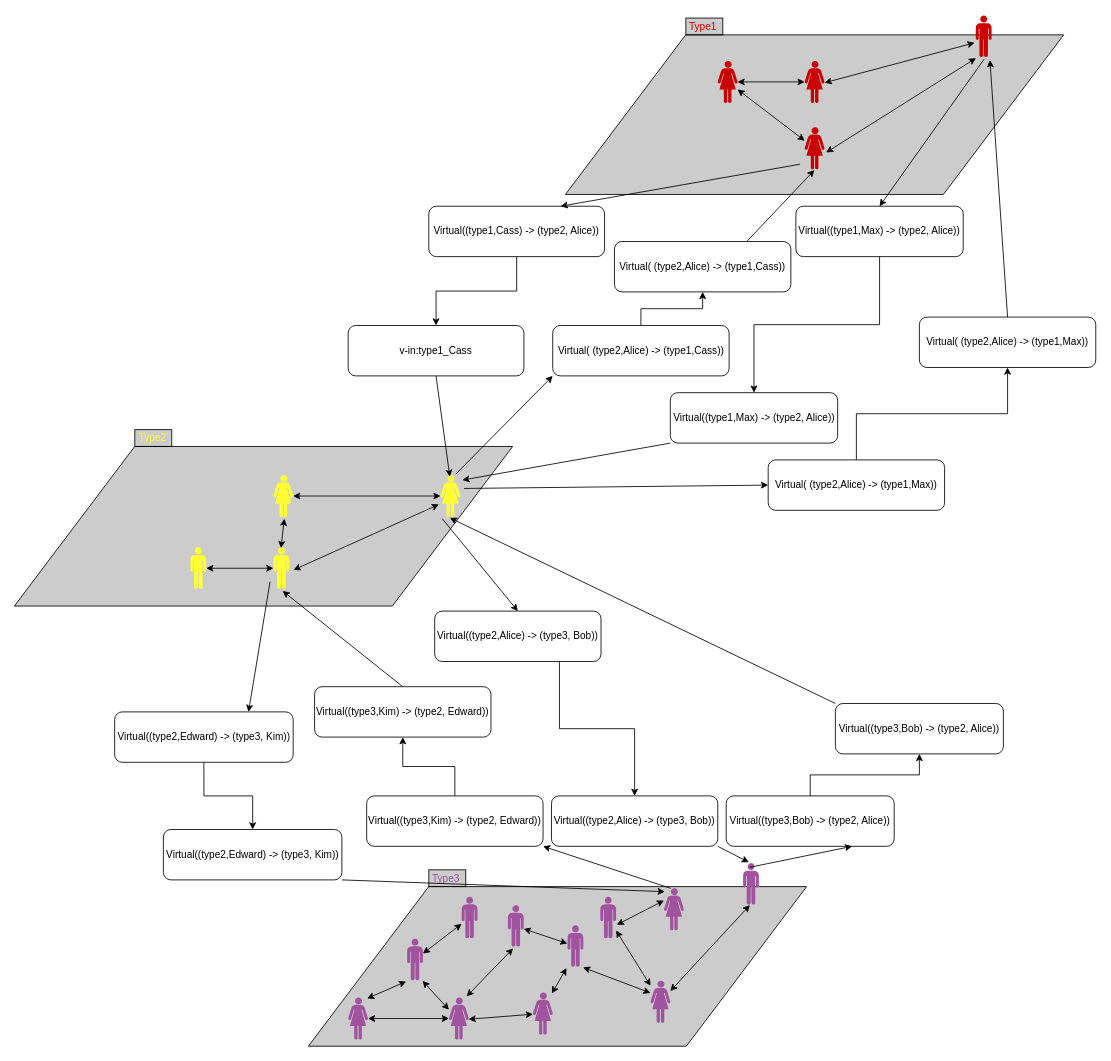
Above: docs/images/temporalInteractions.drawio in josura/c2c-sepia (draw.io), before the change. Source tidied: cells renumbered, new cells numbered last; positions are measured from the earlier drawing's top-left corner, leaving out a move shared by most shapes. Both pictures are drawn from the tidied source at 84%, with x=0, y=0 at pixel (14, 14).
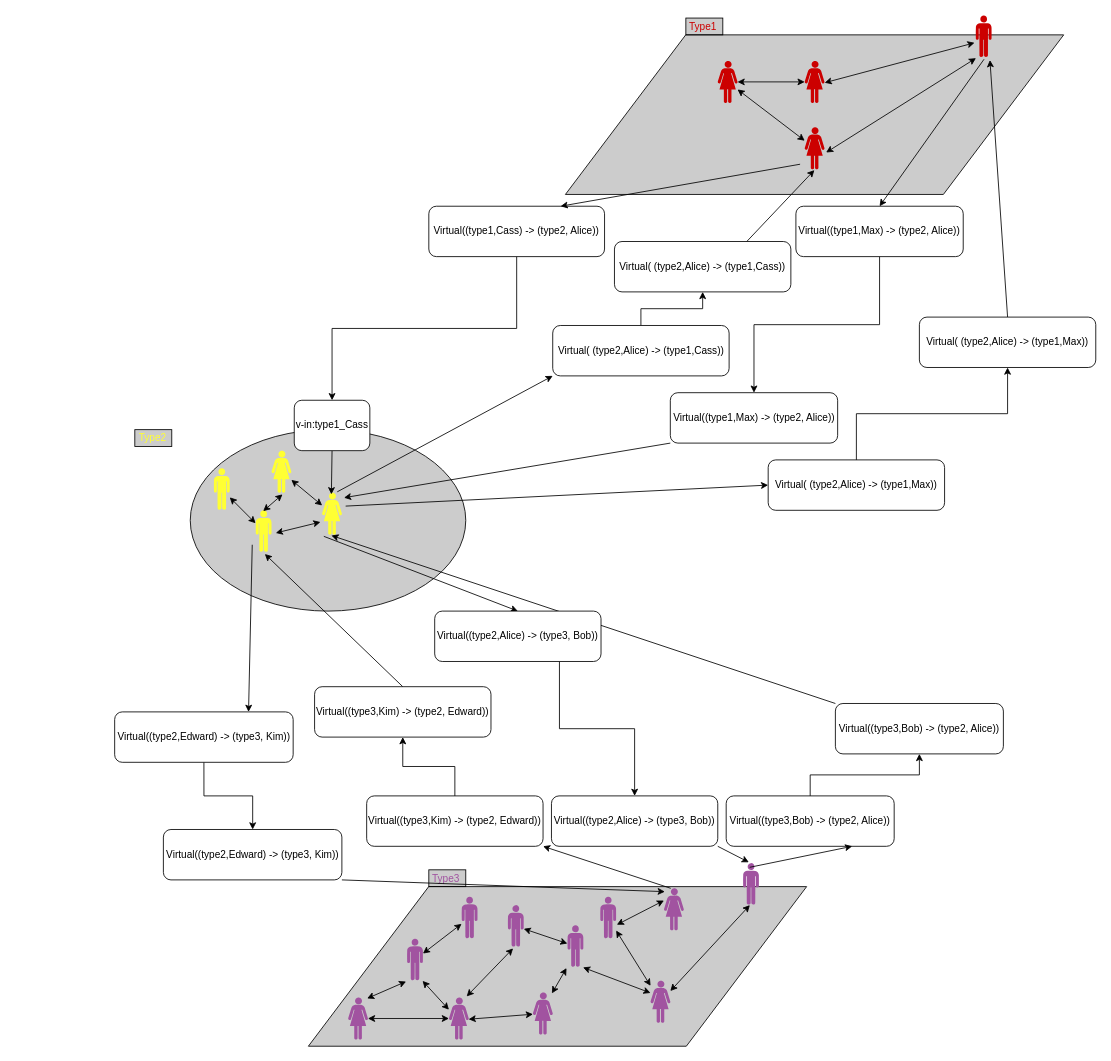
After the change.

The edit, as a diff of the source:
```diff
@@
+    <mxCell id="90" style="ellipse;whiteSpace=wrap;html=1;fillColor=#000000;fillOpacity=20;" parent="1" vertex="1">
+      <mxGeometry x="209" y="494" width="328" height="216" as="geometry" />
+    </mxCell>
@@
-    <mxCell id="4" style="shape=parallelogram;perimeter=parallelogramPerimeter;whiteSpace=wrap;html=1;fixedSize=1;size=143.25;fillColor=#000000;fillOpacity=20;" parent="1" vertex="1">
-      <mxGeometry x="-0.4" y="514" width="593.2" height="190" as="geometry" />
-    </mxCell>
@@
     <mxCell id="13" style="verticalLabelPosition=bottom;sketch=0;html=1;fillColor=#FFFF33;verticalAlign=top;align=center;shape=mxgraph.cisco_safe.design.actor_1;" parent="1" vertex="1">
-      <mxGeometry x="507" y="548" width="23.5" height="50" as="geometry" />
+      <mxGeometry x="366" y="569" width="23.5" height="50" as="geometry" />
     </mxCell>
@@
     <mxCell id="32" style="verticalLabelPosition=bottom;sketch=0;html=1;fillColor=#FFFF33;verticalAlign=top;align=center;shape=mxgraph.cisco_safe.design.actor_2;" parent="1" vertex="1">
-      <mxGeometry x="308" y="634" width="19" height="50" as="geometry" />
+      <mxGeometry x="286.8" y="590" width="19" height="50" as="geometry" />
     </mxCell>
@@
     <mxCell id="36" style="verticalLabelPosition=bottom;sketch=0;html=1;fillColor=#FFFF33;verticalAlign=top;align=center;shape=mxgraph.cisco_safe.design.actor_2;" parent="1" vertex="1">
-      <mxGeometry x="209" y="634" width="19" height="50" as="geometry" />
+      <mxGeometry x="237" y="540" width="19" height="50" as="geometry" />
     </mxCell>
     <mxCell id="37" style="verticalLabelPosition=bottom;sketch=0;html=1;fillColor=#FFFF33;verticalAlign=top;align=center;shape=mxgraph.cisco_safe.design.actor_1;" parent="1" vertex="1">
-      <mxGeometry x="308" y="548" width="23.5" height="50" as="geometry" />
+      <mxGeometry x="305.8" y="519" width="23.5" height="50" as="geometry" />
     </mxCell>
@@
     <mxCell id="86" value="v-in:type1_Cass" style="rounded=1;whiteSpace=wrap;html=1;" parent="1" vertex="1">
-      <mxGeometry x="397" y="370" width="209.2" height="60" as="geometry" />
+      <mxGeometry x="332.8" y="459" width="90" height="60" as="geometry" />
     </mxCell>
```
